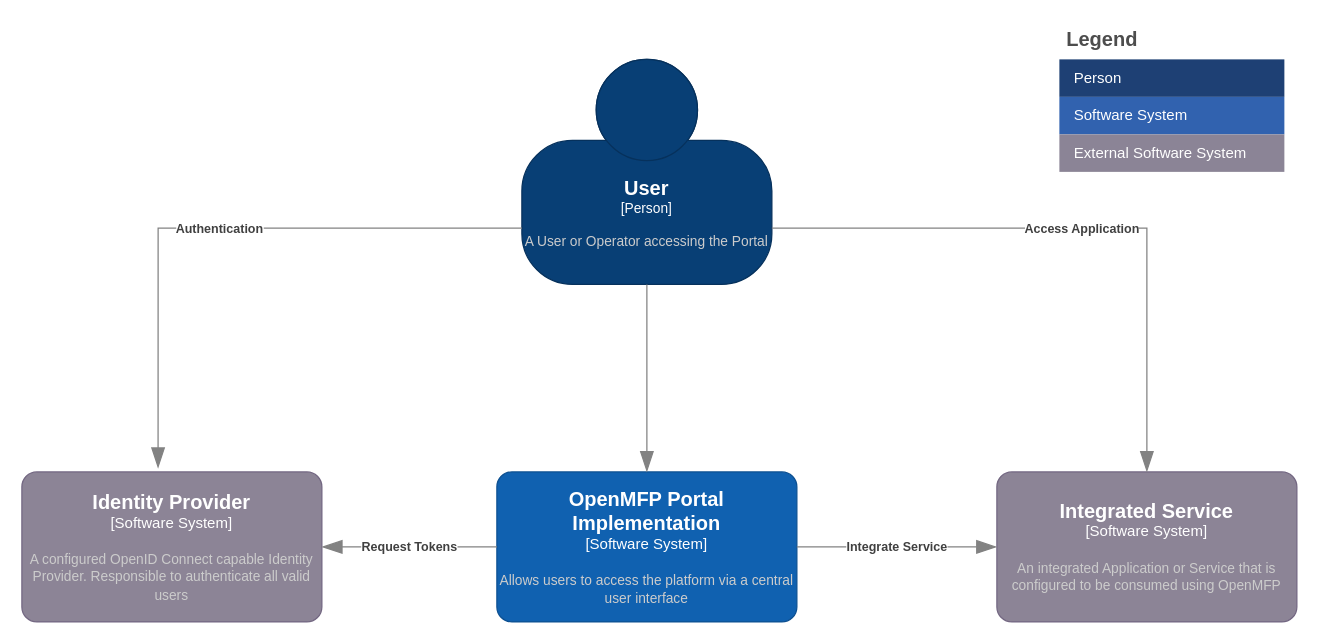
This is page "v1-system-context" (3 of 4) of diagrams/openmfp-c4.drawio from openmfp/architecture, a draw.io file, before an edit. Source tidied: cells renumbered, new cells numbered last; positions are measured from the earlier drawing's top-left corner, leaving out a move shared by most shapes. Both pictures are drawn from the tidied source at 125%, with x=0, y=0 at pixel (21, 21).
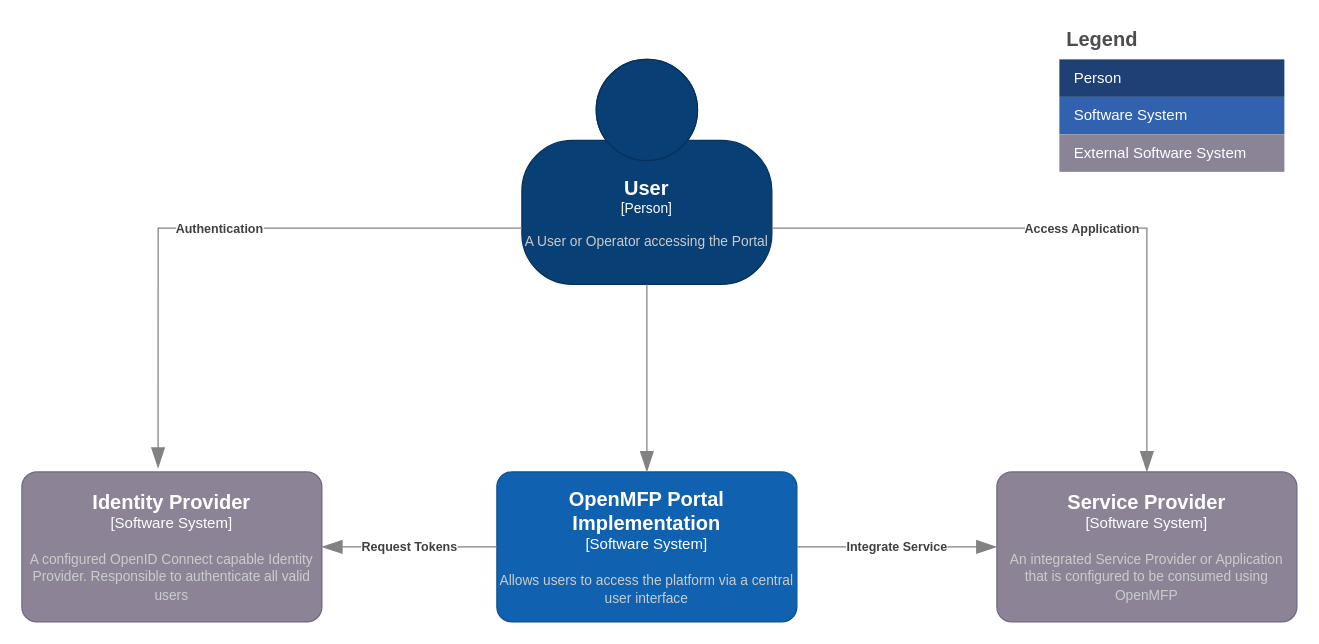
The same page after the edit.

What changed in the source:
```diff
@@
-    <object id="2" label="&lt;font style=&quot;font-size: 16px&quot;&gt;&lt;b&gt;%c4Name%&lt;/b&gt;&lt;/font&gt;&lt;div&gt;[%c4Type%]&lt;/div&gt;&lt;br&gt;&lt;div&gt;&lt;font style=&quot;font-size: 11px&quot;&gt;&lt;font color=&quot;#cccccc&quot;&gt;%c4Description%&lt;/font&gt;&lt;/div&gt;" c4Description="An integrated Application or Service that is configured to be consumed using OpenMFP" c4Name="Integrated Service" c4Type="Software System" placeholders="1">
+    <object id="2" label="&lt;font style=&quot;font-size: 16px&quot;&gt;&lt;b&gt;%c4Name%&lt;/b&gt;&lt;/font&gt;&lt;div&gt;[%c4Type%]&lt;/div&gt;&lt;br&gt;&lt;div&gt;&lt;font style=&quot;font-size: 11px&quot;&gt;&lt;font color=&quot;#cccccc&quot;&gt;%c4Description%&lt;/font&gt;&lt;/div&gt;" c4Description="An integrated Service Provider or Application that is configured to be consumed using OpenMFP" c4Name="Service Provider" c4Type="Software System" placeholders="1">
       <mxCell style="rounded=1;whiteSpace=wrap;html=1;labelBackgroundColor=none;fillColor=#8C8496;fontColor=#ffffff;align=center;arcSize=10;strokeColor=#736782;points=[[0.25,0,0],[0.5,0,0],[0.75,0,0],[1,0.25,0],[1,0.5,0],[1,0.75,0],[0.75,1,0],[0.5,1,0],[0.25,1,0],[0,0.75,0],[0,0.5,0],[0,0.25,0]];" parent="1" vertex="1">
         <mxGeometry x="780" y="360" width="240" height="120" as="geometry" />
       </mxCell>
     </object>
```
